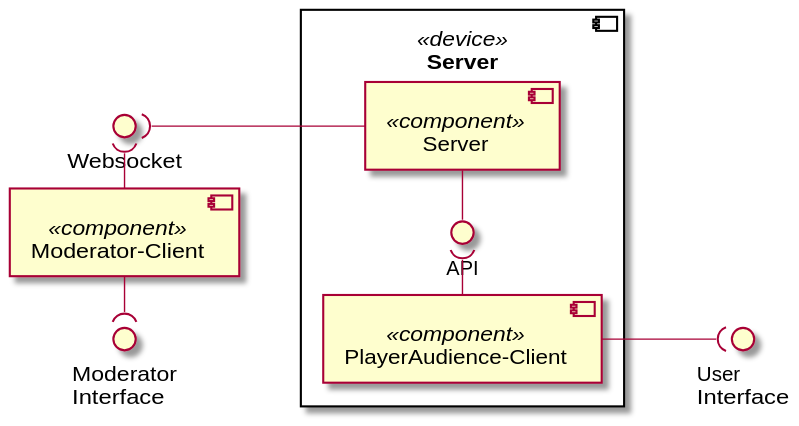
Before: Docs/Technical Specifications/docs/diagrams/ComponentDiagrams/overviewComponents.svg, a diagram exported from PlantUML (Brotenko/QualityQuest).
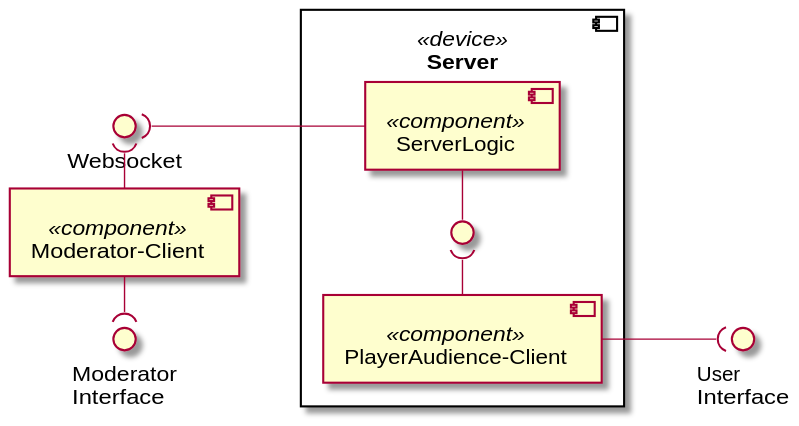
The same diagram one commit later.

Commit message:
updated component-diagrams to the new architecture

Change to the diagram source:
```diff
@@ -6,9 +6,9 @@
 
 
 component "Server" <<device>> as s{
-    () "API" as api
+    () " " as api
     [PlayerAudience-Client] <<component>> as AuCl
-    [Server] <<component>> as SeCl
+    [ServerLogic] <<component>> as SeCl
 }
 [Moderator-Client] <<component>> as StPlCl
 
```
